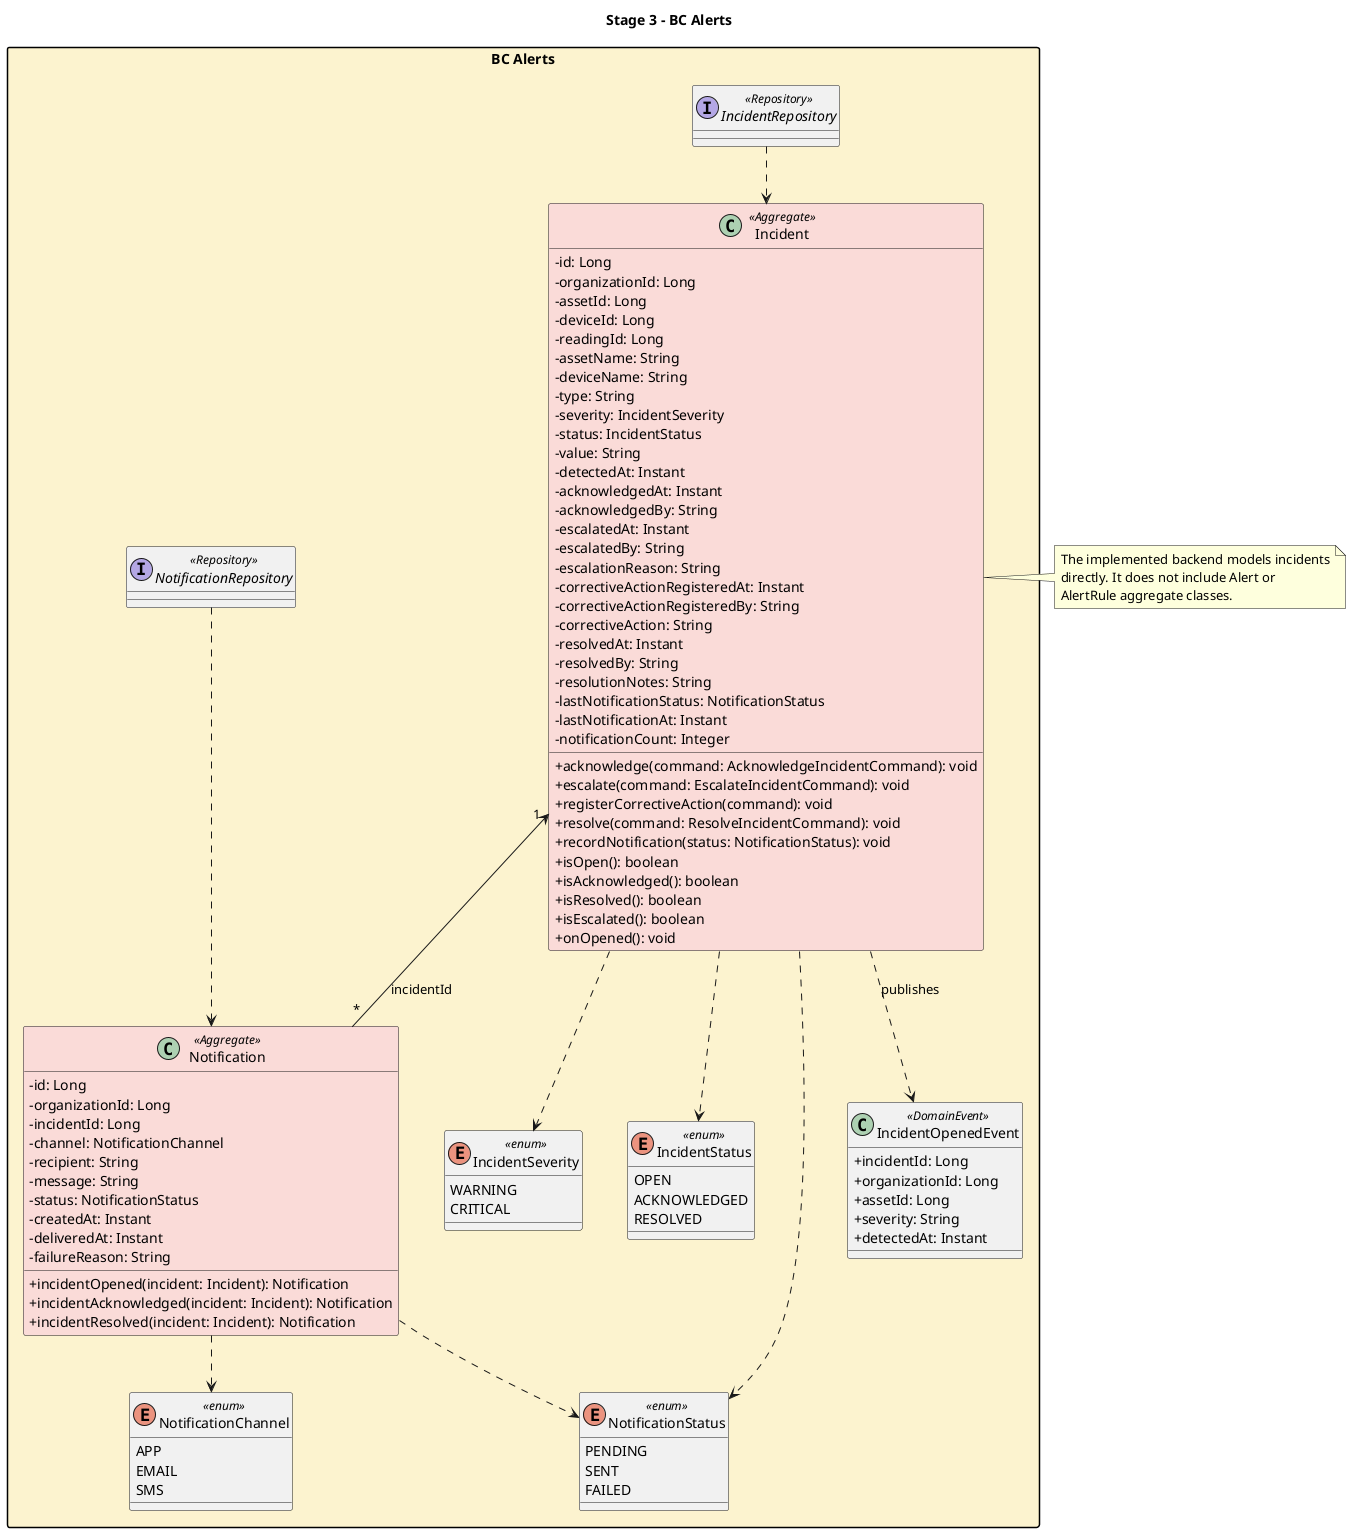
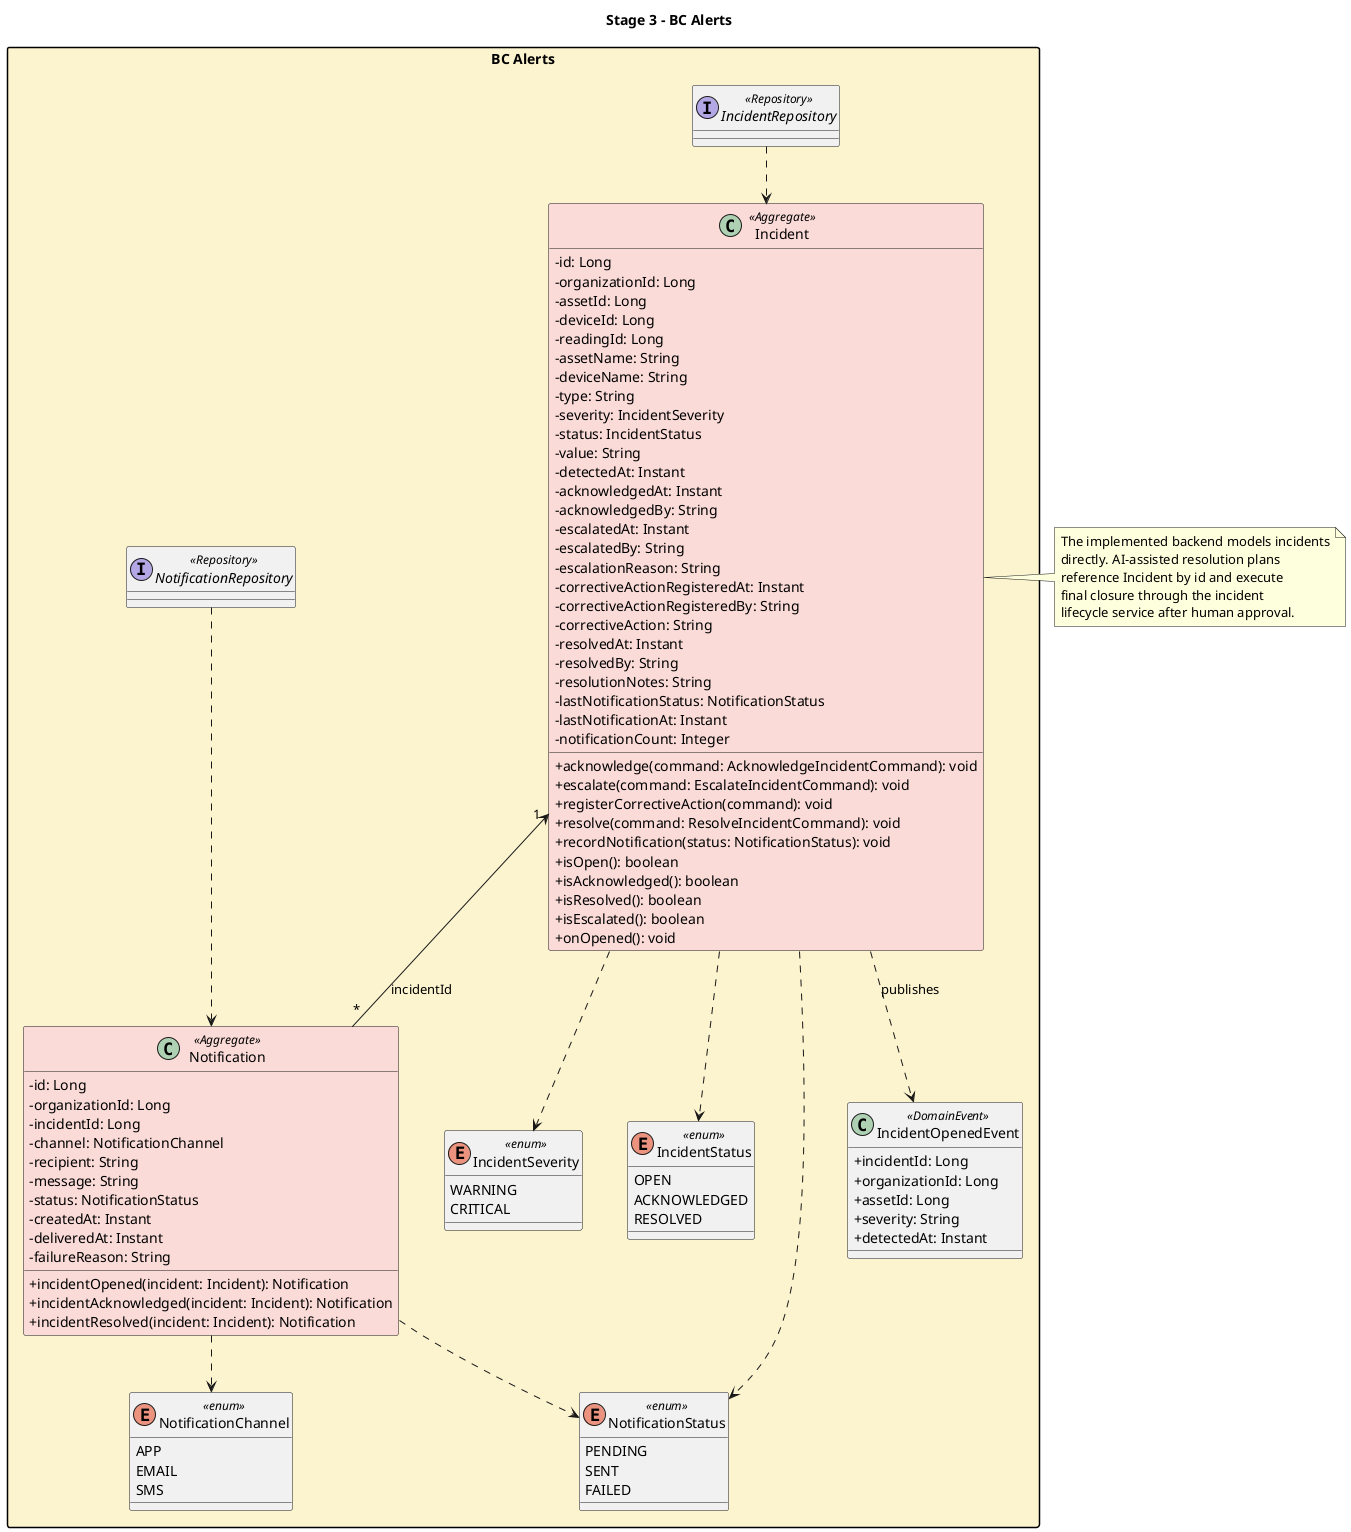
@startuml

title Stage 3 - BC Alerts

skinparam classAttributeIconSize 0
skinparam nodesep 45
skinparam ranksep 55
skinparam packageStyle rectangle
skinparam shadowing false

package "BC Alerts" #FCF3CF {

  class Incident <<Aggregate>> #FADBD8 {
    - id: Long
    - organizationId: Long
    - assetId: Long
    - deviceId: Long
    - readingId: Long
    - assetName: String
    - deviceName: String
    - type: String
    - severity: IncidentSeverity
    - status: IncidentStatus
    - value: String
    - detectedAt: Instant
    - acknowledgedAt: Instant
    - acknowledgedBy: String
    - escalatedAt: Instant
    - escalatedBy: String
    - escalationReason: String
    - correctiveActionRegisteredAt: Instant
    - correctiveActionRegisteredBy: String
    - correctiveAction: String
    - resolvedAt: Instant
    - resolvedBy: String
    - resolutionNotes: String
    - lastNotificationStatus: NotificationStatus
    - lastNotificationAt: Instant
    - notificationCount: Integer
    + acknowledge(command: AcknowledgeIncidentCommand): void
    + escalate(command: EscalateIncidentCommand): void
    + registerCorrectiveAction(command): void
    + resolve(command: ResolveIncidentCommand): void
    + recordNotification(status: NotificationStatus): void
    + isOpen(): boolean
    + isAcknowledged(): boolean
    + isResolved(): boolean
    + isEscalated(): boolean
    + onOpened(): void
  }

  class Notification <<Aggregate>> #FADBD8 {
    - id: Long
    - organizationId: Long
    - incidentId: Long
    - channel: NotificationChannel
    - recipient: String
    - message: String
    - status: NotificationStatus
    - createdAt: Instant
    - deliveredAt: Instant
    - failureReason: String
    + incidentOpened(incident: Incident): Notification
    + incidentAcknowledged(incident: Incident): Notification
    + incidentResolved(incident: Incident): Notification
  }

  enum IncidentSeverity <<enum>> {
    WARNING
    CRITICAL
  }

  enum IncidentStatus <<enum>> {
    OPEN
    ACKNOWLEDGED
    RESOLVED
  }

  enum NotificationChannel <<enum>> {
    APP
    EMAIL
    SMS
  }

  enum NotificationStatus <<enum>> {
    PENDING
    SENT
    FAILED
  }

  class IncidentOpenedEvent <<DomainEvent>> {
    + incidentId: Long
    + organizationId: Long
    + assetId: Long
    + severity: String
    + detectedAt: Instant
  }

  interface IncidentRepository <<Repository>>
  interface NotificationRepository <<Repository>>

  Incident "1" <-- "*" Notification : incidentId
  Incident ..> IncidentSeverity
  Incident ..> IncidentStatus
  Incident ..> NotificationStatus
  Notification ..> NotificationChannel
  Notification ..> NotificationStatus
  Incident ..> IncidentOpenedEvent : publishes
  IncidentRepository ..> Incident
  NotificationRepository ..> Notification
}

note right of Incident
  The implemented backend models incidents
-   directly. It does not include Alert or
-   AlertRule aggregate classes.
+   directly. AI-assisted resolution plans
+   reference Incident by id and execute
+   final closure through the incident
+   lifecycle service after human approval.
end note

@enduml
